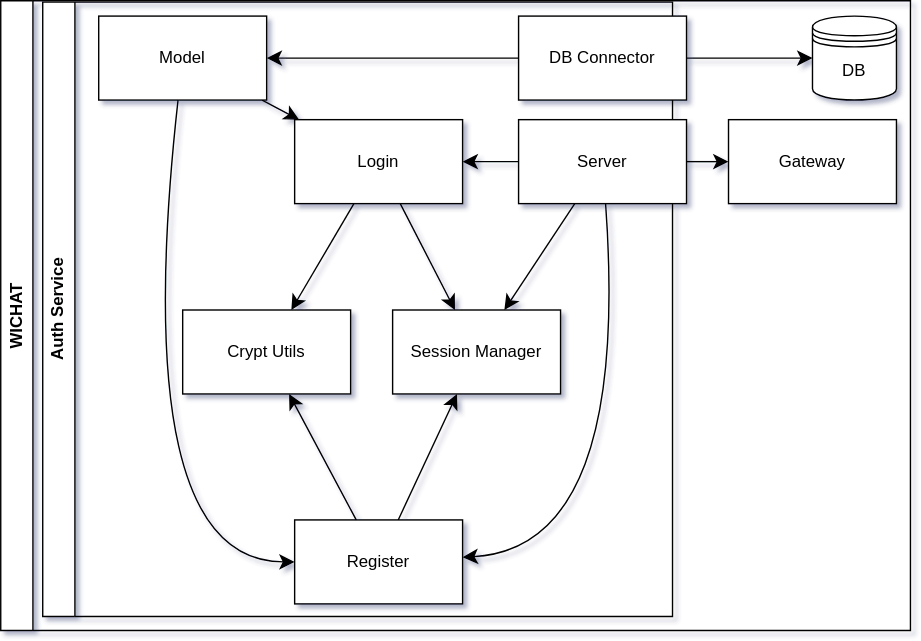
This is images/build_block_view/auth_service.drawio.svg from Arquisoft/wichat_en1c, a draw.io export, as it was before one commit. Source tidied: cells renumbered, new cells last; positions are measured from the earlier drawing's top-left corner, leaving out a move shared by most shapes.
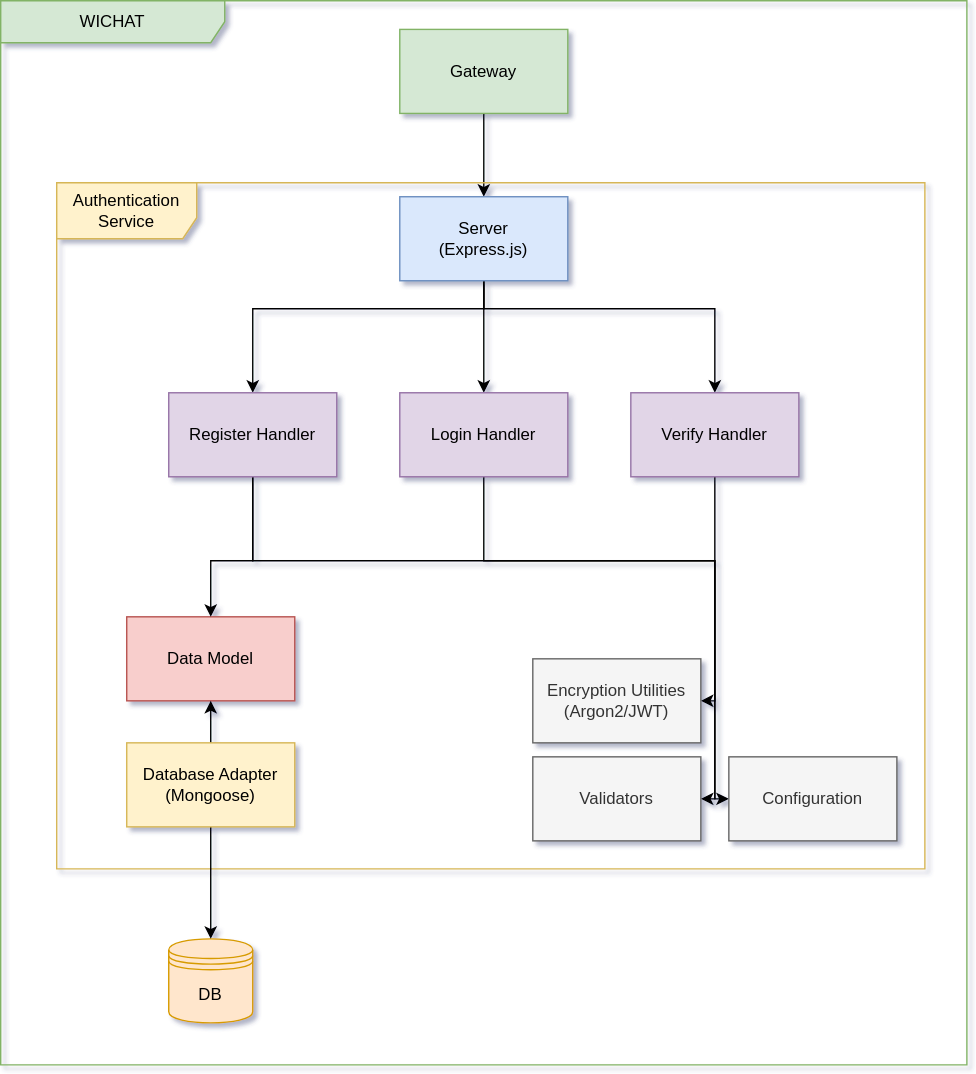
After the commit.

The edit, as a diff of the source:
```diff
@@ -2,82 +2,105 @@
   <root>
     <mxCell id="0" />
     <mxCell id="1" parent="0" />
-    <mxCell id="2" value="WICHAT" style="swimlane;horizontal=0;whiteSpace=wrap;html=1;" parent="1" vertex="1">
-      <mxGeometry width="650" height="450" as="geometry" />
+    <mxCell id="2" value="WICHAT" style="shape=umlFrame;whiteSpace=wrap;html=1;width=160;fillColor=#d5e8d4;strokeColor=#82b366;" parent="1" vertex="1">
+      <mxGeometry width="690" height="760" as="geometry" />
     </mxCell>
-    <mxCell id="3" value="Auth Service" style="swimlane;horizontal=0;whiteSpace=wrap;html=1;" parent="2" vertex="1">
-      <mxGeometry x="30" y="1" width="450" height="439" as="geometry" />
+    <mxCell id="3" style="edgeStyle=orthogonalEdgeStyle;rounded=0;jettySize=auto;html=1;" parent="2" edge="1" source="4" target="11">
+      <mxGeometry relative="1" as="geometry" />
     </mxCell>
-    <mxCell id="4" style="edgeStyle=none;curved=1;rounded=0;jettySize=auto;html=1;fontSize=12;startSize=8;endSize=8;" parent="3" edge="1" source="6" target="14">
-      <mxGeometry relative="1" as="geometry" />
+    <mxCell id="4" value="Gateway" style="rounded=0;whiteSpace=wrap;html=1;fillColor=#d5e8d4;strokeColor=#82b366;" parent="2" vertex="1">
+      <mxGeometry x="285" y="20.5" width="120" height="60" as="geometry" />
     </mxCell>
-    <mxCell id="5" style="edgeStyle=none;curved=1;rounded=0;jettySize=auto;html=1;fontSize=12;startSize=8;endSize=8;" parent="3" edge="1" source="6" target="15">
-      <mxGeometry relative="1" as="geometry" />
+    <mxCell id="5" value="DB" style="shape=datastore;whiteSpace=wrap;html=1;fillColor=#ffe6cc;strokeColor=#d79b00;" parent="2" vertex="1">
+      <mxGeometry x="120" y="670" width="60" height="60" as="geometry" />
     </mxCell>
-    <mxCell id="6" value="Server" style="rounded=0;whiteSpace=wrap;html=1;" parent="3" vertex="1">
-      <mxGeometry x="340" y="84" width="120" height="60" as="geometry" />
+    <mxCell id="6" value="Authentication Service" style="shape=umlFrame;whiteSpace=wrap;html=1;fillColor=#fff2cc;strokeColor=#d6b656;fillStyle=auto;width=100;height=40;" parent="2" vertex="1">
+      <mxGeometry x="40" y="130" width="620" height="490" as="geometry" />
     </mxCell>
-    <mxCell id="7" style="edgeStyle=none;curved=1;rounded=0;jettySize=auto;html=1;fontSize=12;startSize=8;endSize=8;" parent="3" edge="1" source="8" target="10">
-      <mxGeometry relative="1" as="geometry" />
+    <mxCell id="7" value="Data Model" style="rounded=0;whiteSpace=wrap;html=1;fillColor=#f8cecc;strokeColor=#b85450;" parent="2" vertex="1">
+      <mxGeometry x="90" y="440" width="120" height="60" as="geometry" />
     </mxCell>
-    <mxCell id="8" value="DB Connector" style="rounded=0;whiteSpace=wrap;html=1;" parent="3" vertex="1">
-      <mxGeometry x="340" y="10" width="120" height="60" as="geometry" />
+    <mxCell id="8" style="edgeStyle=orthogonalEdgeStyle;rounded=0;jettySize=auto;html=1;" parent="2" edge="1" source="11" target="16">
+      <mxGeometry relative="1" as="geometry" />
     </mxCell>
-    <mxCell id="9" style="edgeStyle=none;curved=1;rounded=0;jettySize=auto;html=1;fontSize=12;startSize=8;endSize=8;" parent="3" edge="1" source="10" target="14">
-      <mxGeometry relative="1" as="geometry" />
+    <mxCell id="9" style="edgeStyle=orthogonalEdgeStyle;rounded=0;jettySize=auto;html=1;" parent="2" edge="1" source="11" target="22">
+      <mxGeometry relative="1" as="geometry">
+        <Array as="points">
+          <mxPoint x="345" y="220" />
+          <mxPoint x="510" y="220" />
+        </Array>
+      </mxGeometry>
     </mxCell>
-    <mxCell id="10" value="Model" style="rounded=0;whiteSpace=wrap;html=1;" parent="3" vertex="1">
-      <mxGeometry x="40" y="10" width="120" height="60" as="geometry" />
+    <mxCell id="10" style="edgeStyle=orthogonalEdgeStyle;rounded=0;jettySize=auto;html=1;" parent="2" edge="1" source="11" target="19">
+      <mxGeometry relative="1" as="geometry">
+        <Array as="points">
+          <mxPoint x="345" y="220" />
+          <mxPoint x="180" y="220" />
+        </Array>
+      </mxGeometry>
     </mxCell>
-    <mxCell id="11" value="Crypt Utils" style="whiteSpace=wrap;html=1;" parent="3" vertex="1">
-      <mxGeometry x="100" y="220" width="120" height="60" as="geometry" />
+    <mxCell id="11" value="Server&lt;div&gt;(Express.js)&lt;/div&gt;" style="rounded=0;whiteSpace=wrap;html=1;fillColor=#dae8fc;strokeColor=#6c8ebf;" parent="2" vertex="1">
+      <mxGeometry x="285" y="140" width="120" height="60" as="geometry" />
     </mxCell>
-    <mxCell id="12" style="edgeStyle=none;curved=1;rounded=0;jettySize=auto;html=1;fontSize=12;startSize=8;endSize=8;" parent="3" edge="1" source="14" target="11">
+    <mxCell id="12" style="edgeStyle=orthogonalEdgeStyle;rounded=0;jettySize=auto;html=1;entryX=0.5;entryY=0;entryDx=0;entryDy=0;exitX=0.5;exitY=1;exitDx=0;exitDy=0;" parent="2" edge="1" source="14" target="5">
       <mxGeometry relative="1" as="geometry" />
     </mxCell>
-    <mxCell id="13" style="edgeStyle=none;curved=1;rounded=0;jettySize=auto;html=1;fontSize=12;startSize=8;endSize=8;" parent="3" edge="1" source="14" target="15">
+    <mxCell id="13" style="edgeStyle=orthogonalEdgeStyle;rounded=0;jettySize=auto;html=1;" parent="2" edge="1" source="14" target="7">
       <mxGeometry relative="1" as="geometry" />
     </mxCell>
-    <mxCell id="14" value="Login" style="whiteSpace=wrap;html=1;" parent="3" vertex="1">
-      <mxGeometry x="180" y="84" width="120" height="60" as="geometry" />
+    <mxCell id="14" value="Database Adapter&lt;div&gt;(Mongoose)&lt;/div&gt;" style="rounded=0;whiteSpace=wrap;html=1;fillColor=#fff2cc;strokeColor=#d6b656;" parent="2" vertex="1">
+      <mxGeometry x="90" y="530" width="120" height="60" as="geometry" />
     </mxCell>
-    <mxCell id="15" value="Session Manager" style="whiteSpace=wrap;html=1;" parent="3" vertex="1">
-      <mxGeometry x="250" y="220" width="120" height="60" as="geometry" />
+    <mxCell id="15" style="edgeStyle=orthogonalEdgeStyle;rounded=0;jettySize=auto;html=1;" parent="2" edge="1" source="16" target="20">
+      <mxGeometry relative="1" as="geometry">
+        <Array as="points">
+          <mxPoint x="345" y="400" />
+          <mxPoint x="510" y="400" />
+          <mxPoint x="510" y="500" />
+        </Array>
+      </mxGeometry>
     </mxCell>
-    <mxCell id="16" style="edgeStyle=none;curved=1;rounded=0;jettySize=auto;html=1;fontSize=12;startSize=8;endSize=8;" parent="3" edge="1" source="17" target="15">
-      <mxGeometry relative="1" as="geometry" />
+    <mxCell id="16" value="Login Handler" style="whiteSpace=wrap;html=1;fillColor=#e1d5e7;strokeColor=#9673a6;" parent="2" vertex="1">
+      <mxGeometry x="285" y="280" width="120" height="60" as="geometry" />
     </mxCell>
-    <mxCell id="17" value="Register" style="whiteSpace=wrap;html=1;" parent="3" vertex="1">
-      <mxGeometry x="180" y="370" width="120" height="60" as="geometry" />
+    <mxCell id="17" style="edgeStyle=orthogonalEdgeStyle;rounded=0;jettySize=auto;html=1;" parent="2" edge="1" source="19" target="7">
+      <mxGeometry relative="1" as="geometry">
+        <Array as="points">
+          <mxPoint x="180" y="400" />
+          <mxPoint x="150" y="400" />
+        </Array>
+      </mxGeometry>
     </mxCell>
-    <mxCell id="18" style="edgeStyle=none;curved=1;rounded=0;jettySize=auto;html=1;fontSize=12;startSize=8;endSize=8;" parent="3" edge="1" source="10" target="17">
+    <mxCell id="18" style="edgeStyle=orthogonalEdgeStyle;rounded=0;jettySize=auto;html=1;entryX=1;entryY=0.5;entryDx=0;entryDy=0;" parent="2" edge="1" source="19" target="24">
       <mxGeometry relative="1" as="geometry">
         <Array as="points">
-          <mxPoint x="60" y="400" />
+          <mxPoint x="180" y="400" />
+          <mxPoint x="510" y="400" />
+          <mxPoint x="510" y="570" />
         </Array>
       </mxGeometry>
     </mxCell>
-    <mxCell id="19" style="edgeStyle=none;curved=1;rounded=0;jettySize=auto;html=1;fontSize=12;startSize=8;endSize=8;" parent="3" edge="1" source="6" target="17">
-      <mxGeometry relative="1" as="geometry">
-        <Array as="points">
-          <mxPoint x="420" y="390" />
-        </Array>
-      </mxGeometry>
+    <mxCell id="19" value="Register Handler" style="whiteSpace=wrap;html=1;fillColor=#e1d5e7;strokeColor=#9673a6;" parent="2" vertex="1">
+      <mxGeometry x="120" y="280" width="120" height="60" as="geometry" />
     </mxCell>
-    <mxCell id="20" style="edgeStyle=none;curved=1;rounded=0;jettySize=auto;html=1;fontSize=12;startSize=8;endSize=8;" parent="3" edge="1" source="17" target="11">
-      <mxGeometry relative="1" as="geometry" />
+    <mxCell id="20" value="Encryption Utilities&lt;div&gt;(Argon2/JWT)&lt;/div&gt;" style="whiteSpace=wrap;html=1;fillColor=#f5f5f5;strokeColor=#666666;fontColor=#333333;" parent="2" vertex="1">
+      <mxGeometry x="380" y="470" width="120" height="60" as="geometry" />
     </mxCell>
-    <mxCell id="21" value="Gateway" style="rounded=0;whiteSpace=wrap;html=1;" parent="2" vertex="1">
-      <mxGeometry x="520" y="85" width="120" height="60" as="geometry" />
+    <mxCell id="21" style="edgeStyle=orthogonalEdgeStyle;rounded=0;jettySize=auto;html=1;entryX=0;entryY=0.5;entryDx=0;entryDy=0;" parent="2" edge="1" source="22" target="23">
+      <mxGeometry relative="1" as="geometry">
+        <Array as="points">
+          <mxPoint x="510" y="570" />
+        </Array>
+      </mxGeometry>
     </mxCell>
-    <mxCell id="22" value="DB" style="shape=datastore;whiteSpace=wrap;html=1;" parent="2" vertex="1">
-      <mxGeometry x="580" y="11" width="60" height="60" as="geometry" />
+    <mxCell id="22" value="Verify Handler" style="whiteSpace=wrap;html=1;fillColor=#e1d5e7;strokeColor=#9673a6;" parent="2" vertex="1">
+      <mxGeometry x="450" y="280" width="120" height="60" as="geometry" />
     </mxCell>
-    <mxCell id="23" style="edgeStyle=none;curved=1;rounded=0;jettySize=auto;html=1;fontSize=12;startSize=8;endSize=8;" parent="2" edge="1" source="8" target="22">
-      <mxGeometry relative="1" as="geometry" />
+    <mxCell id="23" value="Configuration" style="whiteSpace=wrap;html=1;fillColor=#f5f5f5;fontColor=#333333;strokeColor=#666666;" parent="2" vertex="1">
+      <mxGeometry x="520" y="540" width="120" height="60" as="geometry" />
     </mxCell>
-    <mxCell id="24" style="edgeStyle=none;curved=1;rounded=0;jettySize=auto;html=1;fontSize=12;startSize=8;endSize=8;" parent="2" edge="1" source="6" target="21">
-      <mxGeometry relative="1" as="geometry" />
+    <mxCell id="24" value="Validators" style="whiteSpace=wrap;html=1;fillColor=#f5f5f5;fontColor=#333333;strokeColor=#666666;" parent="2" vertex="1">
+      <mxGeometry x="380" y="540" width="120" height="60" as="geometry" />
     </mxCell>
   </root>
 </mxGraphModel>
```
